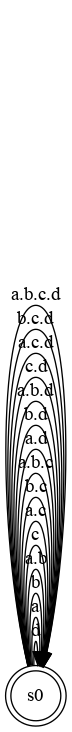
This is Examples/CCSL_Primitives/sts/UnionIntersection.dot.png from frederic-mallet/ccsl-sts, a Graphviz export, as it was before one commit. Its source is kept beside it as Examples/CCSL_Primitives/sts/UnionIntersection.dot.
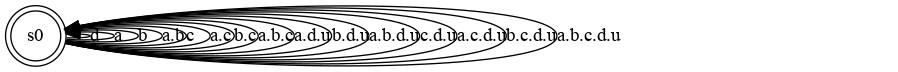
After the commit.

Commit message:
Union and Intersection

Diff of the diagram source:
```diff
@@ -1,5 +1,5 @@
 digraph UnionIntersection {
-  rankdir="LR"
+  rankdir="BT"
   s0 [ shape="doublecircle" ]
   s0->s0 [
     label= "d"
@@ -26,24 +26,24 @@
     label= "a.b.c"
   ] ;
   s0->s0 [
-    label= "a.d"
+    label= "a.d.u"
   ] ;
   s0->s0 [
-    label= "b.d"
+    label= "b.d.u"
   ] ;
   s0->s0 [
-    label= "a.b.d"
+    label= "a.b.d.u"
   ] ;
   s0->s0 [
-    label= "c.d"
+    label= "c.d.u"
   ] ;
   s0->s0 [
-    label= "a.c.d"
+    label= "a.c.d.u"
   ] ;
   s0->s0 [
-    label= "b.c.d"
+    label= "b.c.d.u"
   ] ;
   s0->s0 [
-    label= "a.b.c.d"
+    label= "a.b.c.d.u"
   ] ;
 }
```
